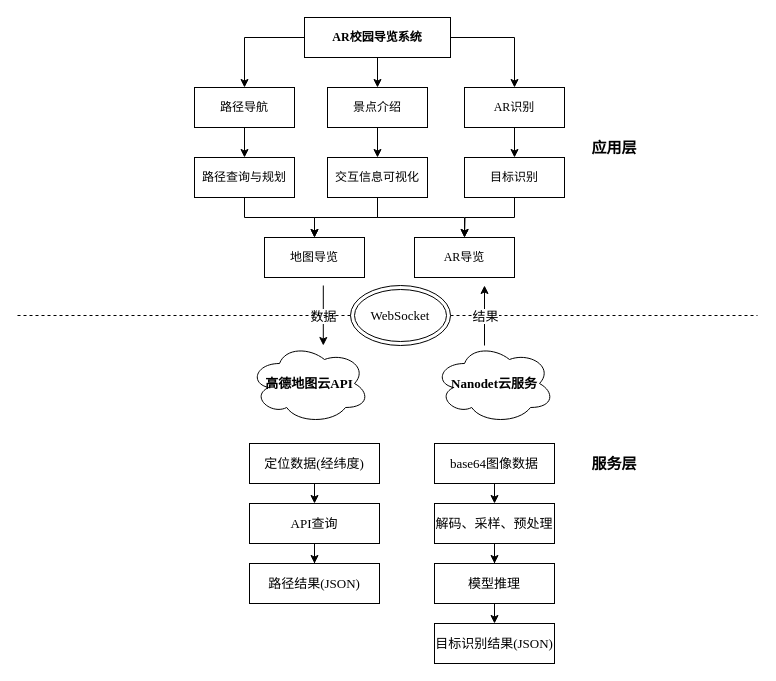
This is page "Page-1" (1 of 3) of Untitled Diagram.drawio from lz-tc/lz-tc.github.io, a draw.io file, before an edit. Source tidied: cells renumbered, new cells numbered last; positions are measured from the earlier drawing's top-left corner, leaving out a move shared by most shapes. Both pictures are drawn from the tidied source at 100%, with x=0, y=0 at pixel (17, 17).
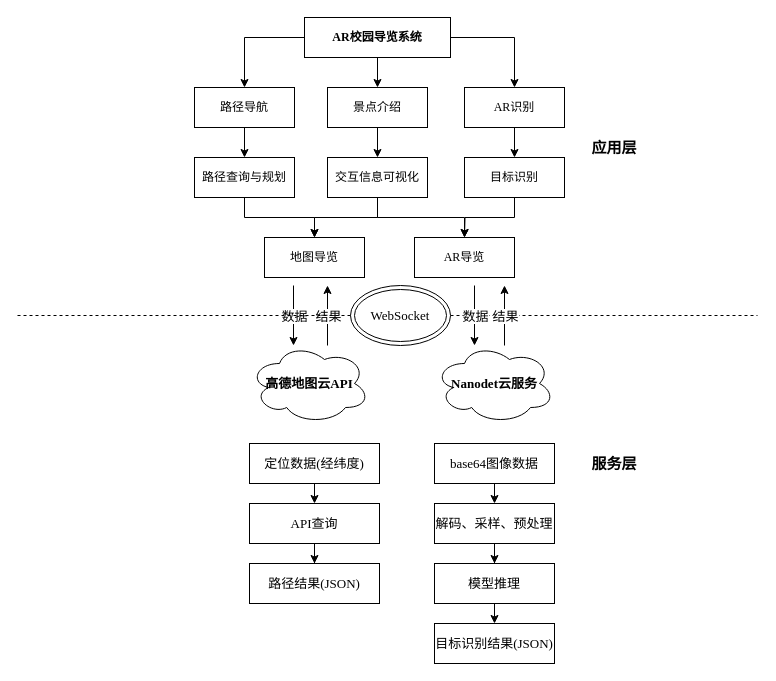
After the change.

Diff of the diagram source:
```diff
@@
     <mxCell id="23" style="endArrow=classic;html=1;fontSize=15;" parent="1" edge="1">
       <mxGeometry relative="1" as="geometry">
-        <mxPoint x="305.8" y="268" as="sourcePoint" />
-        <mxPoint x="305.8" y="328" as="targetPoint" />
+        <mxPoint x="276" y="268" as="sourcePoint" />
+        <mxPoint x="276" y="328" as="targetPoint" />
       </mxGeometry>
     </mxCell>
@@
     <mxCell id="25" style="endArrow=classic;html=1;fontSize=15;" parent="1" edge="1">
       <mxGeometry relative="1" as="geometry">
-        <mxPoint x="467" y="328" as="sourcePoint" />
-        <mxPoint x="467" y="268" as="targetPoint" />
+        <mxPoint x="310" y="328" as="sourcePoint" />
+        <mxPoint x="310" y="268" as="targetPoint" />
       </mxGeometry>
     </mxCell>
@@
+    <mxCell id="44" style="endArrow=classic;html=1;fontSize=15;" parent="1" edge="1">
+      <mxGeometry relative="1" as="geometry">
+        <mxPoint x="457" y="268" as="sourcePoint" />
+        <mxPoint x="457" y="328" as="targetPoint" />
+      </mxGeometry>
+    </mxCell>
+    <mxCell id="45" value="数据" style="edgeLabel;html=1;align=center;verticalAlign=middle;fontSize=13;" parent="44" vertex="1">
+      <mxGeometry relative="1" as="geometry" />
+    </mxCell>
+    <mxCell id="46" style="endArrow=classic;html=1;fontSize=15;" parent="1" edge="1">
+      <mxGeometry relative="1" as="geometry">
+        <mxPoint x="487" y="328" as="sourcePoint" />
+        <mxPoint x="487" y="268" as="targetPoint" />
+      </mxGeometry>
+    </mxCell>
+    <mxCell id="47" value="结果" style="edgeLabel;html=1;align=center;verticalAlign=middle;fontSize=13;" parent="46" vertex="1">
+      <mxGeometry relative="1" as="geometry" />
+    </mxCell>
```
